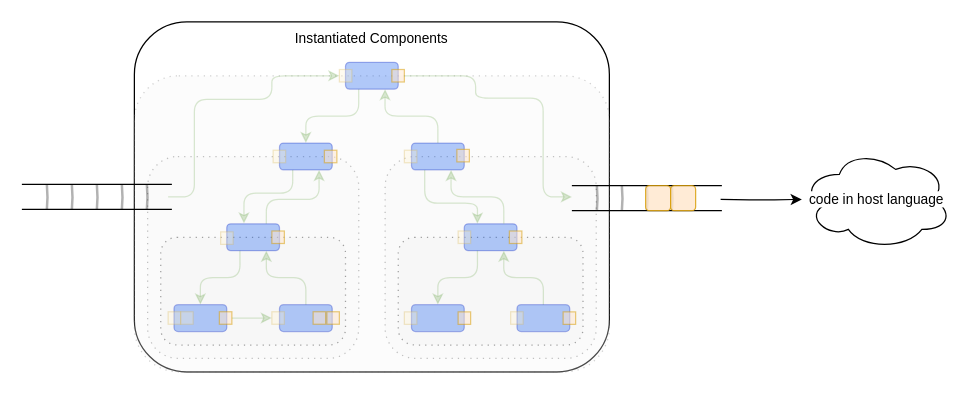
The draw.io diagram page "6. Display Outputs" (9 of 10) of helloworld0d/doc/Towards DPLs.drawio in guitarvydas/onward, before the edit. Source tidied: cells renumbered, new cells numbered last; positions are measured from the earlier drawing's top-left corner, leaving out a move shared by most shapes. Both pictures are drawn from the tidied source at 125%, with x=0, y=0 at pixel (21, 21).
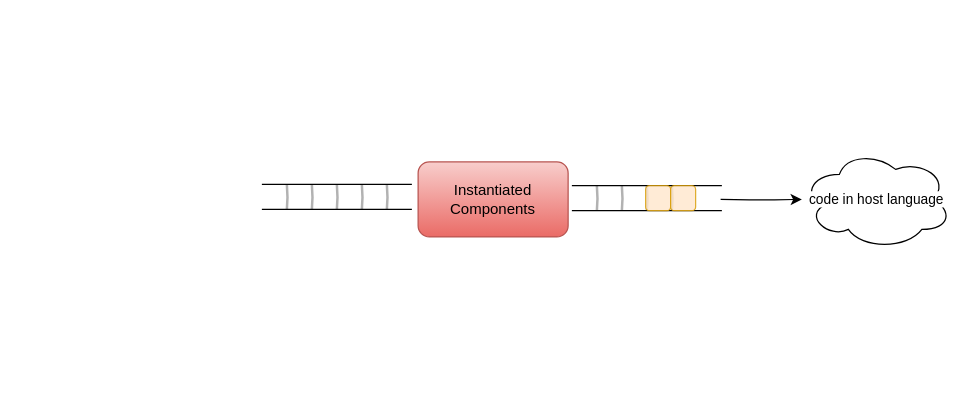
After the change.

What changed in the source:
```diff
@@
-    <mxCell id="2" value="Instantiated Components" style="rounded=1;whiteSpace=wrap;html=1;fontFamily=Helvetica;fontSize=11;fontColor=default;labelBackgroundColor=default;verticalAlign=top;" parent="1" vertex="1">
-      <mxGeometry x="90" width="380" height="280" as="geometry" />
-    </mxCell>
-    <mxCell id="3" style="rounded=1;whiteSpace=wrap;html=1;fontFamily=Helvetica;fontSize=11;fontColor=#333333;labelBackgroundColor=default;dashed=1;dashPattern=1 4;fillColor=#f5f5f5;strokeColor=#666666;opacity=30;" parent="2" vertex="1">
-      <mxGeometry y="43.1" width="380" height="236.9" as="geometry" />
-    </mxCell>
-    <mxCell id="4" style="rounded=1;whiteSpace=wrap;html=1;fontFamily=Helvetica;fontSize=11;fontColor=#333333;labelBackgroundColor=default;dashed=1;dashPattern=1 4;fillColor=#f5f5f5;strokeColor=#666666;opacity=40;" parent="2" vertex="1">
-      <mxGeometry x="200.6" y="107.7" width="168.9" height="161.5" as="geometry" />
-    </mxCell>
-    <mxCell id="5" style="rounded=1;whiteSpace=wrap;html=1;fontFamily=Helvetica;fontSize=11;fontColor=#333333;labelBackgroundColor=default;dashed=1;dashPattern=1 4;fillColor=#f5f5f5;strokeColor=#666666;opacity=40;" parent="2" vertex="1">
-      <mxGeometry x="10.6" y="107.7" width="168.9" height="161.5" as="geometry" />
-    </mxCell>
-    <mxCell id="6" style="rounded=1;whiteSpace=wrap;html=1;fontFamily=Helvetica;fontSize=11;fontColor=#333333;labelBackgroundColor=default;dashed=1;dashPattern=1 4;fillColor=#f5f5f5;strokeColor=#666666;opacity=60;" parent="2" vertex="1">
-      <mxGeometry x="211.1" y="172.3" width="147.8" height="86.2" as="geometry" />
-    </mxCell>
-    <mxCell id="7" style="rounded=1;whiteSpace=wrap;html=1;fontFamily=Helvetica;fontSize=11;fontColor=#333333;labelBackgroundColor=default;dashed=1;dashPattern=1 4;opacity=60;fillColor=#f5f5f5;strokeColor=#666666;" parent="2" vertex="1">
-      <mxGeometry x="21.1" y="172.3" width="147.8" height="86.2" as="geometry" />
-    </mxCell>
-    <mxCell id="8" style="edgeStyle=orthogonalEdgeStyle;rounded=1;jettySize=auto;html=1;exitX=0.25;exitY=1;exitDx=0;exitDy=0;entryX=0.5;entryY=0;entryDx=0;entryDy=0;curved=0;opacity=30;fillColor=#d5e8d4;strokeColor=#82b366;" parent="2" edge="1" source="10" target="12">
-      <mxGeometry relative="1" as="geometry" />
-    </mxCell>
-    <mxCell id="9" style="edgeStyle=orthogonalEdgeStyle;rounded=1;jettySize=auto;html=1;exitX=0.5;exitY=0;exitDx=0;exitDy=0;entryX=0.75;entryY=1;entryDx=0;entryDy=0;curved=0;opacity=30;fillColor=#d5e8d4;strokeColor=#82b366;" parent="2" edge="1" source="14" target="10">
-      <mxGeometry relative="1" as="geometry" />
-    </mxCell>
-    <mxCell id="10" style="rounded=1;whiteSpace=wrap;html=1;fillColor=#0050ef;fontColor=#ffffff;strokeColor=#001DBC;opacity=30;" parent="2" vertex="1">
-      <mxGeometry x="168.9" y="32.3" width="42.2" height="21.5" as="geometry" />
-    </mxCell>
-    <mxCell id="11" style="edgeStyle=orthogonalEdgeStyle;curved=0;rounded=1;jettySize=auto;html=1;exitX=0.25;exitY=1;exitDx=0;exitDy=0;entryX=0.326;entryY=-0.01;entryDx=0;entryDy=0;strokeColor=#82b366;align=center;verticalAlign=middle;fontFamily=Helvetica;fontSize=11;fontColor=default;labelBackgroundColor=default;endArrow=classic;entryPerimeter=0;opacity=30;fillColor=#d5e8d4;" parent="2" edge="1" source="12" target="17">
-      <mxGeometry relative="1" as="geometry">
-        <Array as="points">
-          <mxPoint x="127" y="137" />
-          <mxPoint x="88" y="137" />
-        </Array>
-      </mxGeometry>
-    </mxCell>
-    <mxCell id="12" style="rounded=1;whiteSpace=wrap;html=1;fillColor=#0050ef;fontColor=#ffffff;strokeColor=#001DBC;opacity=30;" parent="2" vertex="1">
-      <mxGeometry x="116.1" y="96.9" width="42.2" height="21.5" as="geometry" />
-    </mxCell>
-    <mxCell id="13" style="edgeStyle=orthogonalEdgeStyle;curved=0;rounded=1;jettySize=auto;html=1;exitX=0.25;exitY=1;exitDx=0;exitDy=0;entryX=0.25;entryY=0;entryDx=0;entryDy=0;strokeColor=#82b366;align=center;verticalAlign=middle;fontFamily=Helvetica;fontSize=11;fontColor=default;labelBackgroundColor=default;endArrow=classic;opacity=30;fillColor=#d5e8d4;" parent="2" edge="1" source="14" target="22">
-      <mxGeometry relative="1" as="geometry">
-        <Array as="points">
-          <mxPoint x="232" y="145" />
-          <mxPoint x="274" y="145" />
-        </Array>
-      </mxGeometry>
-    </mxCell>
-    <mxCell id="14" style="rounded=1;whiteSpace=wrap;html=1;fillColor=#0050ef;fontColor=#ffffff;strokeColor=#001DBC;opacity=30;" parent="2" vertex="1">
-      <mxGeometry x="221.7" y="96.9" width="42.2" height="21.5" as="geometry" />
-    </mxCell>
-    <mxCell id="15" style="edgeStyle=orthogonalEdgeStyle;rounded=1;jettySize=auto;html=1;exitX=0.25;exitY=1;exitDx=0;exitDy=0;entryX=0.5;entryY=0;entryDx=0;entryDy=0;curved=0;opacity=30;fillColor=#d5e8d4;strokeColor=#82b366;" parent="2" edge="1" source="17" target="18">
-      <mxGeometry relative="1" as="geometry" />
-    </mxCell>
-    <mxCell id="16" style="edgeStyle=orthogonalEdgeStyle;curved=0;rounded=1;jettySize=auto;html=1;exitX=0.75;exitY=0;exitDx=0;exitDy=0;entryX=0.75;entryY=1;entryDx=0;entryDy=0;strokeColor=#82b366;align=center;verticalAlign=middle;fontFamily=Helvetica;fontSize=11;fontColor=default;labelBackgroundColor=default;endArrow=classic;opacity=30;fillColor=#d5e8d4;" parent="2" edge="1" source="17" target="12">
-      <mxGeometry relative="1" as="geometry">
-        <Array as="points">
-          <mxPoint x="106" y="142" />
-          <mxPoint x="148" y="142" />
-        </Array>
-      </mxGeometry>
-    </mxCell>
-    <mxCell id="17" style="rounded=1;whiteSpace=wrap;html=1;fillColor=#0050ef;fontColor=#ffffff;strokeColor=#001DBC;opacity=30;" parent="2" vertex="1">
-      <mxGeometry x="73.9" y="161.5" width="42.2" height="21.5" as="geometry" />
-    </mxCell>
-    <mxCell id="18" style="rounded=1;whiteSpace=wrap;html=1;fillColor=#0050ef;fontColor=#ffffff;strokeColor=#001DBC;opacity=30;" parent="2" vertex="1">
-      <mxGeometry x="31.7" y="226.2" width="42.2" height="21.5" as="geometry" />
-    </mxCell>
-    <mxCell id="19" style="edgeStyle=orthogonalEdgeStyle;curved=0;rounded=1;jettySize=auto;html=1;exitX=0.5;exitY=0;exitDx=0;exitDy=0;entryX=0.75;entryY=1;entryDx=0;entryDy=0;strokeColor=#82b366;align=center;verticalAlign=middle;fontFamily=Helvetica;fontSize=11;fontColor=default;labelBackgroundColor=default;endArrow=classic;opacity=30;fillColor=#d5e8d4;" parent="2" edge="1" source="20" target="17">
-      <mxGeometry relative="1" as="geometry" />
-    </mxCell>
-    <mxCell id="20" style="rounded=1;whiteSpace=wrap;html=1;fillColor=#0050ef;fontColor=#ffffff;strokeColor=#001DBC;opacity=30;" parent="2" vertex="1">
-      <mxGeometry x="116.1" y="226.2" width="42.2" height="21.5" as="geometry" />
-    </mxCell>
-    <mxCell id="21" style="edgeStyle=orthogonalEdgeStyle;rounded=1;jettySize=auto;html=1;exitX=0.25;exitY=1;exitDx=0;exitDy=0;entryX=0.5;entryY=0;entryDx=0;entryDy=0;curved=0;opacity=30;fillColor=#d5e8d4;strokeColor=#82b366;" parent="2" edge="1" source="22" target="23">
-      <mxGeometry relative="1" as="geometry" />
-    </mxCell>
-    <mxCell id="22" style="rounded=1;whiteSpace=wrap;html=1;fillColor=#0050ef;fontColor=#ffffff;strokeColor=#001DBC;opacity=30;" parent="2" vertex="1">
-      <mxGeometry x="263.9" y="161.5" width="42.2" height="21.5" as="geometry" />
-    </mxCell>
-    <mxCell id="23" style="rounded=1;whiteSpace=wrap;html=1;fillColor=#0050ef;fontColor=#ffffff;strokeColor=#001DBC;opacity=30;" parent="2" vertex="1">
-      <mxGeometry x="221.7" y="226.2" width="42.2" height="21.5" as="geometry" />
-    </mxCell>
-    <mxCell id="24" style="edgeStyle=orthogonalEdgeStyle;curved=0;rounded=1;jettySize=auto;html=1;exitX=0.5;exitY=0;exitDx=0;exitDy=0;entryX=0.75;entryY=1;entryDx=0;entryDy=0;strokeColor=#82b366;align=center;verticalAlign=middle;fontFamily=Helvetica;fontSize=11;fontColor=default;labelBackgroundColor=default;endArrow=classic;fillColor=#d5e8d4;opacity=30;" parent="2" edge="1" source="25" target="22">
-      <mxGeometry relative="1" as="geometry" />
-    </mxCell>
-    <mxCell id="25" style="rounded=1;whiteSpace=wrap;html=1;fillColor=#0050ef;fontColor=#ffffff;strokeColor=#001DBC;opacity=30;" parent="2" vertex="1">
-      <mxGeometry x="306.1" y="226.2" width="42.2" height="21.5" as="geometry" />
-    </mxCell>
-    <mxCell id="26" style="rounded=1;whiteSpace=wrap;html=1;fontFamily=Helvetica;fontSize=11;labelBackgroundColor=default;opacity=30;arcSize=0;fillColor=#fff2cc;strokeColor=#d6b656;" parent="2" vertex="1">
-      <mxGeometry x="27" y="231.9" width="10" height="10" as="geometry" />
-    </mxCell>
-    <mxCell id="27" style="rounded=1;whiteSpace=wrap;html=1;fontFamily=Helvetica;fontSize=11;labelBackgroundColor=default;opacity=30;arcSize=0;fillColor=#fff2cc;strokeColor=#d6b656;" parent="2" vertex="1">
-      <mxGeometry x="37" y="231.9" width="10" height="10" as="geometry" />
-    </mxCell>
-    <mxCell id="28" style="rounded=1;whiteSpace=wrap;html=1;fontFamily=Helvetica;fontSize=11;labelBackgroundColor=default;opacity=30;arcSize=0;fillColor=#fff2cc;strokeColor=#d6b656;" parent="2" vertex="1">
-      <mxGeometry x="110" y="231.9" width="10" height="10" as="geometry" />
-    </mxCell>
-    <mxCell id="29" style="edgeStyle=orthogonalEdgeStyle;curved=0;rounded=1;jettySize=auto;html=1;exitX=1;exitY=0.5;exitDx=0;exitDy=0;strokeColor=#82b366;align=center;verticalAlign=middle;fontFamily=Helvetica;fontSize=11;fontColor=default;labelBackgroundColor=default;endArrow=classic;entryX=0;entryY=0.5;entryDx=0;entryDy=0;opacity=30;fillColor=#d5e8d4;" parent="2" edge="1" source="30" target="28">
-      <mxGeometry relative="1" as="geometry" />
-    </mxCell>
-    <mxCell id="30" style="rounded=1;whiteSpace=wrap;html=1;fontFamily=Helvetica;fontSize=11;labelBackgroundColor=default;fillColor=#ffe6cc;strokeColor=#d79b00;opacity=50;arcSize=0;" parent="2" vertex="1">
-      <mxGeometry x="68" y="231.9" width="10" height="10" as="geometry" />
-    </mxCell>
-    <mxCell id="31" style="rounded=1;whiteSpace=wrap;html=1;fontFamily=Helvetica;fontSize=11;labelBackgroundColor=default;fillColor=#ffe6cc;strokeColor=#d79b00;opacity=50;arcSize=0;" parent="2" vertex="1">
-      <mxGeometry x="143" y="231.9" width="10" height="10" as="geometry" />
-    </mxCell>
-    <mxCell id="32" style="rounded=1;whiteSpace=wrap;html=1;fontFamily=Helvetica;fontSize=11;labelBackgroundColor=default;fillColor=#ffe6cc;strokeColor=#d79b00;opacity=50;arcSize=0;" parent="2" vertex="1">
-      <mxGeometry x="154" y="231.9" width="10" height="10" as="geometry" />
-    </mxCell>
-    <mxCell id="33" style="rounded=1;whiteSpace=wrap;html=1;fontFamily=Helvetica;fontSize=11;labelBackgroundColor=default;fillColor=#ffe6cc;strokeColor=#d79b00;opacity=50;arcSize=0;" parent="2" vertex="1">
-      <mxGeometry x="110" y="167.3" width="10" height="10" as="geometry" />
-    </mxCell>
-    <mxCell id="34" style="rounded=1;whiteSpace=wrap;html=1;fontFamily=Helvetica;fontSize=11;labelBackgroundColor=default;fillColor=#ffe6cc;strokeColor=#d79b00;opacity=50;arcSize=0;" parent="2" vertex="1">
-      <mxGeometry x="152" y="102.7" width="10" height="10" as="geometry" />
-    </mxCell>
-    <mxCell id="35" style="rounded=1;whiteSpace=wrap;html=1;fontFamily=Helvetica;fontSize=11;labelBackgroundColor=default;fillColor=#ffe6cc;strokeColor=#d79b00;opacity=50;arcSize=0;" parent="2" vertex="1">
-      <mxGeometry x="258" y="102" width="10" height="10" as="geometry" />
-    </mxCell>
-    <mxCell id="36" style="rounded=1;whiteSpace=wrap;html=1;fontFamily=Helvetica;fontSize=11;labelBackgroundColor=default;fillColor=#ffe6cc;strokeColor=#d79b00;opacity=50;arcSize=0;" parent="2" vertex="1">
-      <mxGeometry x="300" y="167.3" width="10" height="10" as="geometry" />
-    </mxCell>
-    <mxCell id="37" style="rounded=1;whiteSpace=wrap;html=1;fontFamily=Helvetica;fontSize=11;labelBackgroundColor=default;fillColor=#ffe6cc;strokeColor=#d79b00;opacity=50;arcSize=0;" parent="2" vertex="1">
-      <mxGeometry x="259" y="232" width="10" height="10" as="geometry" />
-    </mxCell>
-    <mxCell id="38" style="rounded=1;whiteSpace=wrap;html=1;fontFamily=Helvetica;fontSize=11;labelBackgroundColor=default;fillColor=#ffe6cc;strokeColor=#d79b00;opacity=50;arcSize=0;" parent="2" vertex="1">
-      <mxGeometry x="343" y="232" width="10" height="10" as="geometry" />
-    </mxCell>
-    <mxCell id="39" style="rounded=1;whiteSpace=wrap;html=1;fontFamily=Helvetica;fontSize=11;labelBackgroundColor=default;fillColor=#ffe6cc;strokeColor=#d79b00;opacity=50;arcSize=0;" parent="2" vertex="1">
-      <mxGeometry x="206" y="38.1" width="10" height="10" as="geometry" />
-    </mxCell>
-    <mxCell id="40" style="rounded=1;whiteSpace=wrap;html=1;fontFamily=Helvetica;fontSize=11;labelBackgroundColor=default;opacity=30;arcSize=0;fillColor=#fff2cc;strokeColor=#d6b656;" parent="2" vertex="1">
-      <mxGeometry x="69" y="168" width="10" height="10" as="geometry" />
-    </mxCell>
-    <mxCell id="41" style="rounded=1;whiteSpace=wrap;html=1;fontFamily=Helvetica;fontSize=11;labelBackgroundColor=default;opacity=30;arcSize=0;fillColor=#fff2cc;strokeColor=#d6b656;" parent="2" vertex="1">
-      <mxGeometry x="111" y="102.7" width="10" height="10" as="geometry" />
-    </mxCell>
-    <mxCell id="42" style="rounded=1;whiteSpace=wrap;html=1;fontFamily=Helvetica;fontSize=11;labelBackgroundColor=default;opacity=30;arcSize=0;fillColor=#fff2cc;strokeColor=#d6b656;" parent="2" vertex="1">
-      <mxGeometry x="164" y="38.1" width="10" height="10" as="geometry" />
-    </mxCell>
-    <mxCell id="43" style="rounded=1;whiteSpace=wrap;html=1;fontFamily=Helvetica;fontSize=11;labelBackgroundColor=default;opacity=30;arcSize=0;fillColor=#fff2cc;strokeColor=#d6b656;" parent="2" vertex="1">
-      <mxGeometry x="216" y="102.7" width="10" height="10" as="geometry" />
-    </mxCell>
-    <mxCell id="44" style="rounded=1;whiteSpace=wrap;html=1;fontFamily=Helvetica;fontSize=11;labelBackgroundColor=default;opacity=30;arcSize=0;fillColor=#fff2cc;strokeColor=#d6b656;" parent="2" vertex="1">
-      <mxGeometry x="259" y="167.3" width="10" height="10" as="geometry" />
-    </mxCell>
-    <mxCell id="45" style="rounded=1;whiteSpace=wrap;html=1;fontFamily=Helvetica;fontSize=11;labelBackgroundColor=default;opacity=30;arcSize=0;fillColor=#fff2cc;strokeColor=#d6b656;" parent="2" vertex="1">
-      <mxGeometry x="216" y="232" width="10" height="10" as="geometry" />
-    </mxCell>
-    <mxCell id="46" style="rounded=1;whiteSpace=wrap;html=1;fontFamily=Helvetica;fontSize=11;labelBackgroundColor=default;opacity=30;arcSize=0;fillColor=#fff2cc;strokeColor=#d6b656;" parent="2" vertex="1">
-      <mxGeometry x="301" y="231.9" width="10" height="10" as="geometry" />
-    </mxCell>
-    <mxCell id="47" style="edgeStyle=orthogonalEdgeStyle;curved=0;rounded=1;jettySize=auto;html=1;exitX=0.75;exitY=0;exitDx=0;exitDy=0;entryX=0.75;entryY=1;entryDx=0;entryDy=0;strokeColor=#82b366;align=center;verticalAlign=middle;fontFamily=Helvetica;fontSize=11;fontColor=default;labelBackgroundColor=default;endArrow=classic;opacity=30;fillColor=#d5e8d4;" parent="2" edge="1" source="22" target="14">
-      <mxGeometry relative="1" as="geometry" />
-    </mxCell>
-    <mxCell id="48" style="edgeStyle=orthogonalEdgeStyle;curved=0;rounded=1;jettySize=auto;html=1;exitX=0.097;exitY=0.2;exitDx=0;exitDy=0;entryX=0;entryY=0.5;entryDx=0;entryDy=0;strokeColor=#82b366;align=center;verticalAlign=middle;fontFamily=Helvetica;fontSize=11;fontColor=default;labelBackgroundColor=default;endArrow=classic;opacity=30;fillColor=#d5e8d4;exitPerimeter=0;" parent="2" edge="1" source="5" target="42">
-      <mxGeometry relative="1" as="geometry">
-        <Array as="points">
-          <mxPoint x="48" y="140" />
-          <mxPoint x="48" y="62" />
-          <mxPoint x="110" y="62" />
-          <mxPoint x="110" y="43" />
-        </Array>
-      </mxGeometry>
-    </mxCell>
-    <mxCell id="49" style="edgeStyle=orthogonalEdgeStyle;curved=0;rounded=1;jettySize=auto;html=1;exitX=1;exitY=0.5;exitDx=0;exitDy=0;strokeColor=#82b366;align=center;verticalAlign=middle;fontFamily=Helvetica;fontSize=11;fontColor=default;labelBackgroundColor=default;endArrow=classic;fillColor=#d5e8d4;opacity=30;entryX=0.885;entryY=0.2;entryDx=0;entryDy=0;entryPerimeter=0;" parent="2" edge="1" source="39" target="4">
-      <mxGeometry relative="1" as="geometry">
-        <Array as="points">
-          <mxPoint x="273" y="43" />
-          <mxPoint x="273" y="61" />
-          <mxPoint x="327" y="61" />
-          <mxPoint x="327" y="140" />
-        </Array>
-      </mxGeometry>
-    </mxCell>
     <mxCell id="50" style="endArrow=none;html=1;rounded=1;strokeColor=default;align=center;verticalAlign=middle;fontFamily=Helvetica;fontSize=11;fontColor=default;labelBackgroundColor=default;edgeStyle=orthogonalEdgeStyle;curved=0;" parent="1" edge="1">
       <mxGeometry relative="1" as="geometry">
-        <mxPoint y="130" as="sourcePoint" />
-        <mxPoint x="120" y="130" as="targetPoint" />
+        <mxPoint x="192" y="130" as="sourcePoint" />
+        <mxPoint x="312" y="130" as="targetPoint" />
       </mxGeometry>
     </mxCell>
     <mxCell id="51" style="endArrow=none;html=1;rounded=1;strokeColor=default;align=center;verticalAlign=middle;fontFamily=Helvetica;fontSize=11;fontColor=default;labelBackgroundColor=default;edgeStyle=orthogonalEdgeStyle;curved=0;" parent="1" edge="1">
       <mxGeometry relative="1" as="geometry">
-        <mxPoint y="150" as="sourcePoint" />
-        <mxPoint x="120" y="150" as="targetPoint" />
+        <mxPoint x="192" y="150" as="sourcePoint" />
+        <mxPoint x="312" y="150" as="targetPoint" />
       </mxGeometry>
     </mxCell>
     <mxCell id="52" style="endArrow=none;html=1;strokeWidth=2;rounded=1;strokeColor=default;align=center;verticalAlign=middle;fontFamily=Helvetica;fontSize=11;fontColor=default;labelBackgroundColor=default;edgeStyle=orthogonalEdgeStyle;curved=0;opacity=30;" parent="1" edge="1">
       <mxGeometry relative="1" as="geometry">
-        <mxPoint x="20" y="150" as="sourcePoint" />
-        <mxPoint x="20" y="130" as="targetPoint" />
+        <mxPoint x="212" y="150" as="sourcePoint" />
+        <mxPoint x="212" y="130" as="targetPoint" />
       </mxGeometry>
     </mxCell>
     <mxCell id="53" style="endArrow=none;html=1;strokeWidth=2;rounded=1;strokeColor=default;align=center;verticalAlign=middle;fontFamily=Helvetica;fontSize=11;fontColor=default;labelBackgroundColor=default;edgeStyle=orthogonalEdgeStyle;curved=0;opacity=30;" parent="1" edge="1">
       <mxGeometry relative="1" as="geometry">
-        <mxPoint x="40" y="150" as="sourcePoint" />
-        <mxPoint x="40" y="130" as="targetPoint" />
+        <mxPoint x="232" y="150" as="sourcePoint" />
+        <mxPoint x="232" y="130" as="targetPoint" />
       </mxGeometry>
     </mxCell>
     <mxCell id="54" style="endArrow=none;html=1;strokeWidth=2;rounded=1;strokeColor=default;align=center;verticalAlign=middle;fontFamily=Helvetica;fontSize=11;fontColor=default;labelBackgroundColor=default;edgeStyle=orthogonalEdgeStyle;curved=0;opacity=30;" parent="1" edge="1">
       <mxGeometry relative="1" as="geometry">
-        <mxPoint x="60" y="150" as="sourcePoint" />
-        <mxPoint x="60" y="130" as="targetPoint" />
+        <mxPoint x="252" y="150" as="sourcePoint" />
+        <mxPoint x="252" y="130" as="targetPoint" />
       </mxGeometry>
     </mxCell>
     <mxCell id="55" style="endArrow=none;html=1;strokeWidth=2;rounded=1;strokeColor=default;align=center;verticalAlign=middle;fontFamily=Helvetica;fontSize=11;fontColor=default;labelBackgroundColor=default;edgeStyle=orthogonalEdgeStyle;curved=0;opacity=30;" parent="1" edge="1">
       <mxGeometry relative="1" as="geometry">
-        <mxPoint x="80" y="150" as="sourcePoint" />
-        <mxPoint x="80" y="130" as="targetPoint" />
+        <mxPoint x="272" y="150" as="sourcePoint" />
+        <mxPoint x="272" y="130" as="targetPoint" />
       </mxGeometry>
     </mxCell>
     <mxCell id="56" style="endArrow=none;html=1;strokeWidth=2;rounded=1;strokeColor=default;align=center;verticalAlign=middle;fontFamily=Helvetica;fontSize=11;fontColor=default;labelBackgroundColor=default;edgeStyle=orthogonalEdgeStyle;curved=0;opacity=30;" parent="1" edge="1">
       <mxGeometry relative="1" as="geometry">
-        <mxPoint x="100" y="150" as="sourcePoint" />
-        <mxPoint x="100" y="130" as="targetPoint" />
+        <mxPoint x="292" y="150" as="sourcePoint" />
+        <mxPoint x="292" y="130" as="targetPoint" />
       </mxGeometry>
     </mxCell>
@@
+    <mxCell id="2" value="Instantiated Components" style="rounded=1;whiteSpace=wrap;html=1;fillColor=#f8cecc;strokeColor=#b85450;gradientColor=#ea6b66;" parent="1" vertex="1">
+      <mxGeometry x="317" y="112" width="120" height="60" as="geometry" />
+    </mxCell>
```
